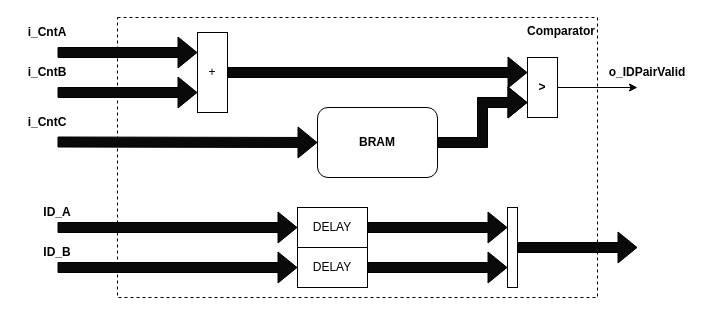
Before: page "cmp" (1 of 2) of docs/top.drawio in mozerj2001/fp_accel, a draw.io diagram. Source tidied: cells renumbered, new cells numbered last; positions are measured from the earlier drawing's top-left corner, leaving out a move shared by most shapes. Both pictures are drawn from the tidied source at 100%, with x=0, y=0 at pixel (17, 17).
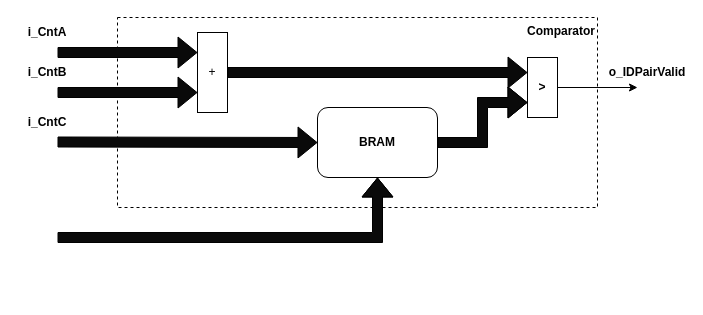
Above is the later version.

The change refers to these unchanged cells:
```xml
<mxCell id="11" value="&lt;b&gt;BRAM&lt;/b&gt;" style="rounded=1;whiteSpace=wrap;html=1;" parent="1" vertex="1">
  <mxGeometry x="300" y="90" width="120" height="70" as="geometry" />
</mxCell>
```

What changed in the source:
```diff
@@
     <mxCell id="2" value="&lt;b&gt;Comparator&lt;/b&gt;" style="rounded=0;whiteSpace=wrap;html=1;dashed=1;verticalAlign=top;align=right;" parent="1" vertex="1">
-      <mxGeometry x="100" width="480" height="280" as="geometry" />
+      <mxGeometry x="100" width="480" height="190" as="geometry" />
     </mxCell>
@@
-    <mxCell id="12" style="shape=flexArrow;endArrow=classic;html=1;rounded=0;fillColor=#0A0A0A;entryX=0;entryY=0.5;entryDx=0;entryDy=0;" parent="1" edge="1" target="16">
-      <mxGeometry relative="1" as="geometry">
-        <mxPoint x="40" y="210" as="sourcePoint" />
-      </mxGeometry>
-    </mxCell>
-    <mxCell id="13" style="shape=flexArrow;endArrow=classic;html=1;rounded=0;fillColor=#0A0A0A;entryX=0;entryY=0.5;entryDx=0;entryDy=0;" parent="1" edge="1" target="17">
-      <mxGeometry relative="1" as="geometry">
-        <mxPoint x="40" y="250" as="sourcePoint" />
-      </mxGeometry>
-    </mxCell>
-    <mxCell id="14" value="&lt;b&gt;ID_A&lt;/b&gt;" style="text;html=1;align=center;verticalAlign=middle;whiteSpace=wrap;rounded=0;" parent="1" vertex="1">
-      <mxGeometry x="10" y="180" width="60" height="30" as="geometry" />
-    </mxCell>
-    <mxCell id="15" value="&lt;b&gt;ID_B&lt;/b&gt;" style="text;html=1;align=center;verticalAlign=middle;whiteSpace=wrap;rounded=0;" parent="1" vertex="1">
-      <mxGeometry x="10" y="220" width="60" height="30" as="geometry" />
-    </mxCell>
-    <mxCell id="16" value="DELAY" style="rounded=0;whiteSpace=wrap;html=1;" parent="1" vertex="1">
-      <mxGeometry x="280" y="190" width="70" height="40" as="geometry" />
-    </mxCell>
-    <mxCell id="17" value="DELAY" style="rounded=0;whiteSpace=wrap;html=1;" parent="1" vertex="1">
-      <mxGeometry x="280" y="230" width="70" height="40" as="geometry" />
-    </mxCell>
-    <mxCell id="18" style="shape=flexArrow;endArrow=classic;html=1;rounded=0;fillColor=#0A0A0A;exitX=1;exitY=0.5;exitDx=0;exitDy=0;" parent="1" edge="1" source="16">
-      <mxGeometry relative="1" as="geometry">
-        <mxPoint x="490" y="210" as="targetPoint" />
-      </mxGeometry>
-    </mxCell>
-    <mxCell id="19" style="shape=flexArrow;endArrow=classic;html=1;rounded=0;fillColor=#0A0A0A;exitX=1;exitY=0.5;exitDx=0;exitDy=0;" parent="1" edge="1" source="17">
-      <mxGeometry relative="1" as="geometry">
-        <mxPoint x="490" y="250" as="targetPoint" />
-      </mxGeometry>
-    </mxCell>
@@
-    <mxCell id="24" style="rounded=0;whiteSpace=wrap;html=1;" parent="1" vertex="1">
-      <mxGeometry x="490" y="190" width="10" height="80" as="geometry" />
-    </mxCell>
-    <mxCell id="25" style="shape=flexArrow;endArrow=classic;html=1;rounded=0;fillColor=#0A0A0A;exitX=1;exitY=0.5;exitDx=0;exitDy=0;" parent="1" edge="1" source="24">
-      <mxGeometry relative="1" as="geometry">
-        <mxPoint x="620" y="230" as="targetPoint" />
-      </mxGeometry>
-    </mxCell>
+    <mxCell id="26" style="shape=flexArrow;endArrow=classic;html=1;rounded=0;fillColor=#0A0A0A;entryX=0.5;entryY=1;entryDx=0;entryDy=0;" parent="1" edge="1" target="11">
+      <mxGeometry relative="1" as="geometry">
+        <mxPoint x="40" y="220" as="sourcePoint" />
+        <Array as="points">
+          <mxPoint x="360" y="220" />
+        </Array>
+      </mxGeometry>
+    </mxCell>
```
